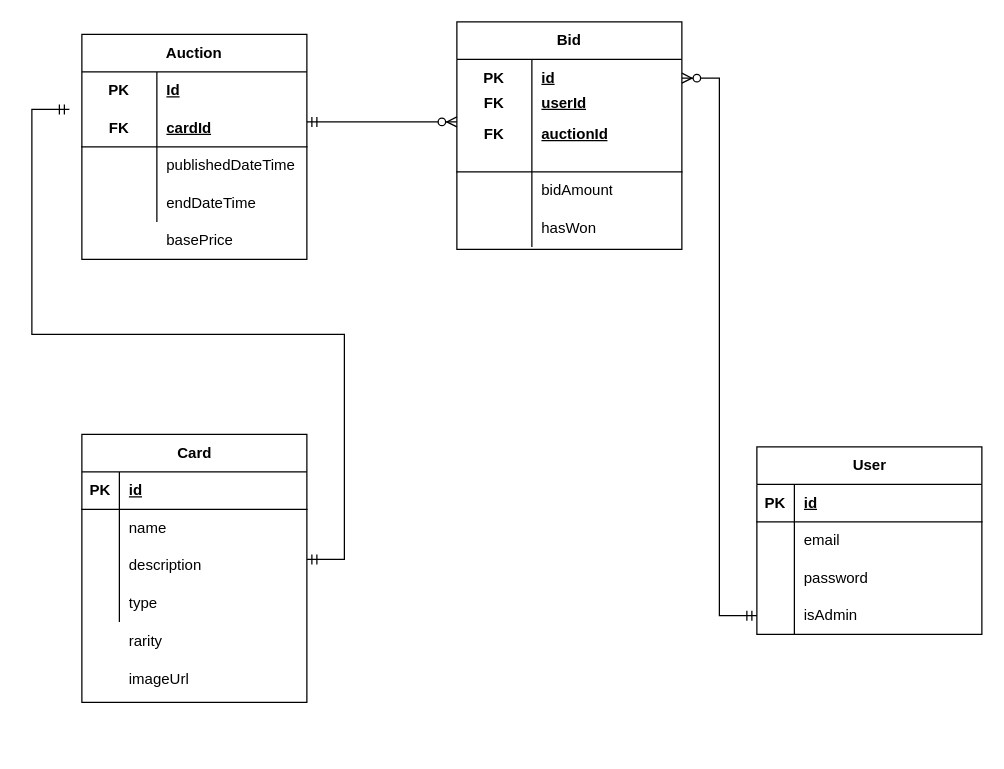
weirdwir3d/cardsAuction keeps this draw.io diagram as documentation/cardsAuctionWebsite.drawio. Above is the earlier version. Source tidied: cells renumbered, new cells numbered last; positions are measured from the earlier drawing's top-left corner, leaving out a move shared by most shapes. Both pictures are drawn from the tidied source at 125%, with x=0, y=0 at pixel (69, 21).
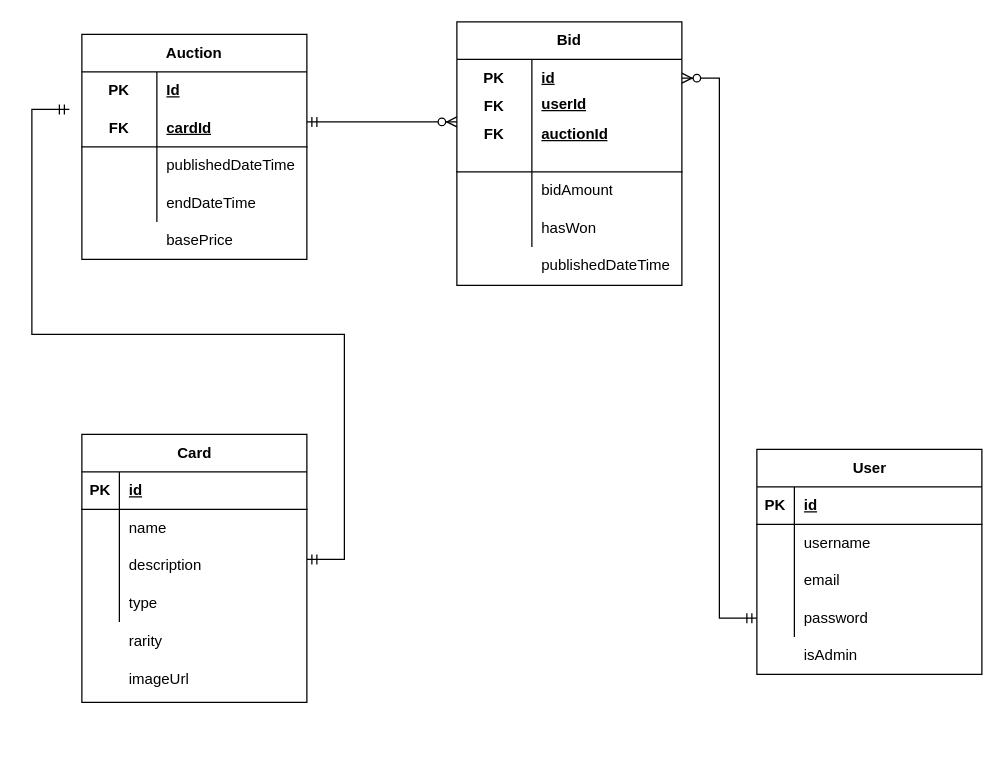
The same page after the edit.

Commit message (it also covers changes not shown here):
finished bids backend, added all auction filters

Unchanged cells that the change refers to:
```xml
<mxCell id="6" style="shape=tableRow;horizontal=0;startSize=0;swimlaneHead=0;swimlaneBody=0;fillColor=none;top=0;left=0;right=0;bottom=0;" parent="2" vertex="1">
  <mxGeometry y="60" width="180" height="30" as="geometry" />
</mxCell>
<mxCell id="9" style="shape=tableRow;horizontal=0;startSize=0;swimlaneHead=0;swimlaneBody=0;fillColor=none;top=0;left=0;right=0;bottom=0;" parent="2" vertex="1">
  <mxGeometry y="90" width="180" height="30" as="geometry" />
</mxCell>
<mxCell id="12" style="shape=tableRow;horizontal=0;startSize=0;swimlaneHead=0;swimlaneBody=0;fillColor=none;points=[[0,0.5],[1,0.5]];portConstraint=eastwest;top=0;left=0;right=0;bottom=0;" parent="2" vertex="1">
  <mxGeometry y="120" width="180" height="30" as="geometry" />
</mxCell>
```

The edit, as a diff of the source:
```diff
@@
     <mxCell id="2" value="User" style="shape=table;startSize=30;childLayout=tableLayout;rowLines=0;fontStyle=1;align=center;html=1;" parent="1" vertex="1">
-      <mxGeometry x="550" y="340" width="180" height="150" as="geometry" />
+      <mxGeometry x="550" y="342" width="180" height="180" as="geometry" />
     </mxCell>
@@
-    <mxCell id="8" value="email&lt;span style=&quot;white-space: pre;&quot;&gt;&#9;&lt;/span&gt;" style="shape=partialRectangle;fillColor=none;top=0;left=0;bottom=0;right=0;align=left;spacingLeft=6;overflow=hidden;whiteSpace=wrap;html=1;" parent="6" vertex="1">
+    <mxCell id="8" value="username" style="shape=partialRectangle;fillColor=none;top=0;left=0;bottom=0;right=0;align=left;spacingLeft=6;overflow=hidden;whiteSpace=wrap;html=1;" parent="6" vertex="1">
       <mxGeometry x="30" width="150" height="30" as="geometry" />
     </mxCell>
@@
-    <mxCell id="11" value="password" style="shape=partialRectangle;fillColor=none;top=0;left=0;bottom=0;right=0;align=left;spacingLeft=6;overflow=hidden;whiteSpace=wrap;html=1;" parent="9" vertex="1">
+    <mxCell id="11" value="email&lt;span style=&quot;white-space: pre;&quot;&gt;&#9;&lt;/span&gt;" style="shape=partialRectangle;fillColor=none;top=0;left=0;bottom=0;right=0;align=left;spacingLeft=6;overflow=hidden;whiteSpace=wrap;html=1;" parent="9" vertex="1">
       <mxGeometry x="30" width="150" height="30" as="geometry" />
     </mxCell>
@@
-    <mxCell id="14" value="isAdmin" style="shape=partialRectangle;fillColor=none;top=0;left=0;bottom=0;right=0;align=left;spacingLeft=6;overflow=hidden;whiteSpace=wrap;html=1;" parent="12" vertex="1">
+    <mxCell id="14" value="password" style="shape=partialRectangle;fillColor=none;top=0;left=0;bottom=0;right=0;align=left;spacingLeft=6;overflow=hidden;whiteSpace=wrap;html=1;" parent="12" vertex="1">
       <mxGeometry x="30" width="150" height="30" as="geometry" />
     </mxCell>
@@
     <mxCell id="48" style="group;" parent="1" vertex="1">
-      <mxGeometry x="310" width="180" height="182" as="geometry" />
+      <mxGeometry x="310" width="210" height="220" as="geometry" />
     </mxCell>
     <mxCell id="49" value="Bid" style="shape=table;startSize=30;childLayout=tableLayout;rowLines=0;fontStyle=1;align=center;html=1;whiteSpace=wrap;" parent="48" vertex="1">
-      <mxGeometry width="180" height="182" as="geometry" />
+      <mxGeometry width="180" height="210.7" as="geometry" />
     </mxCell>
@@
     <mxCell id="62" value="userId" style="shape=partialRectangle;fillColor=none;top=0;left=0;bottom=0;right=0;align=left;spacingLeft=6;fontStyle=5;overflow=hidden;html=1;whiteSpace=wrap;" parent="48" vertex="1">
-      <mxGeometry x="60" y="50" width="120" height="30" as="geometry" />
+      <mxGeometry x="60" y="50" width="120" height="32.1" as="geometry" />
     </mxCell>
     <mxCell id="63" value="FK" style="shape=partialRectangle;fillColor=none;top=0;left=0;bottom=0;right=0;fontStyle=1;overflow=hidden;html=1;whiteSpace=wrap;" parent="48" vertex="1">
-      <mxGeometry y="50" width="60" height="30" as="geometry" />
+      <mxGeometry y="50.9" width="60" height="34.7" as="geometry" />
     </mxCell>
+    <mxCell id="64" value="publishedDateTime" style="shape=partialRectangle;fillColor=none;top=0;left=0;bottom=0;right=0;align=left;spacingLeft=6;overflow=hidden;whiteSpace=wrap;html=1;" parent="48" vertex="1">
+      <mxGeometry x="60" y="180" width="150" height="30" as="geometry" />
+    </mxCell>
+    <mxCell id="65" value="isAdmin" style="shape=partialRectangle;fillColor=none;top=0;left=0;bottom=0;right=0;align=left;spacingLeft=6;overflow=hidden;whiteSpace=wrap;html=1;" parent="1" vertex="1">
+      <mxGeometry x="580" y="492" width="150" height="30" as="geometry" />
+    </mxCell>
```
